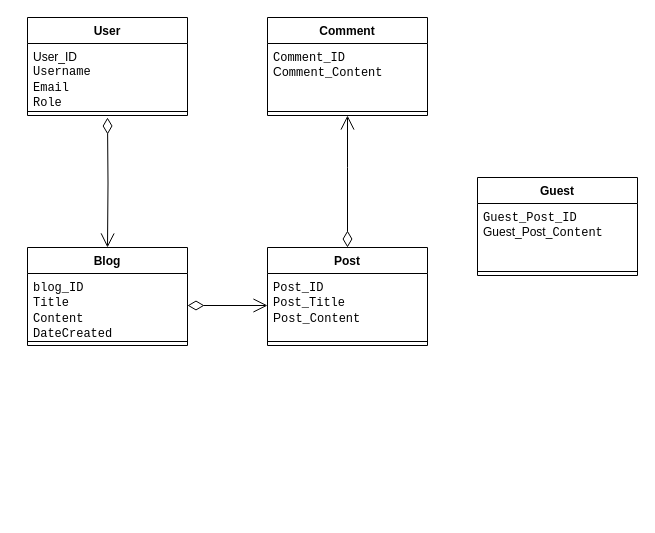
Above: Диаграмма без названия.drawio in aizek04/Cubik (draw.io), before the change. Source tidied: cells renumbered, new cells numbered last; positions are measured from the earlier drawing's top-left corner, leaving out a move shared by most shapes. Both pictures are drawn from the tidied source at 100%, with x=0, y=0 at pixel (27, 17).
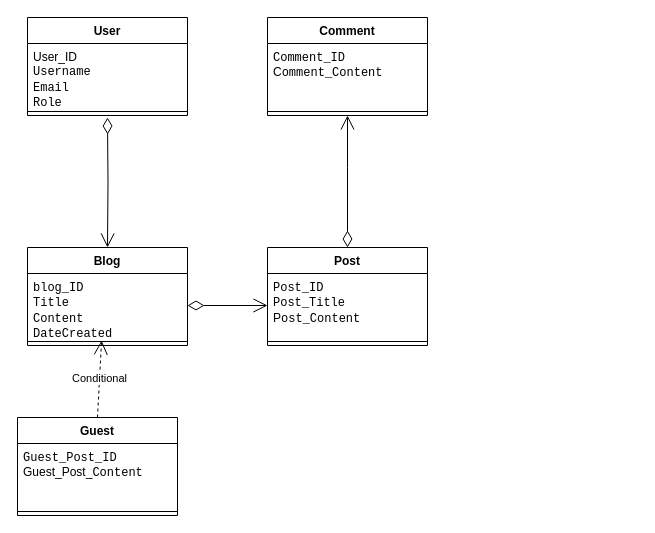
The same page after the edit.

Unchanged cells that the change refers to:
```xml
<mxCell id="7" style="line;strokeWidth=1;fillColor=none;align=left;verticalAlign=middle;spacingTop=-1;spacingLeft=3;spacingRight=3;labelPosition=right;points=[];portConstraint=eastwest;strokeColor=inherit;" parent="5" vertex="1">
  <mxGeometry y="90" width="160" height="8" as="geometry" />
</mxCell>
```

The edit, as a diff of the source:
```diff
@@
     <mxCell id="11" value="Guest" style="swimlane;fontStyle=1;align=center;verticalAlign=top;horizontal=1;startSize=26;whiteSpace=wrap;html=1;" parent="1" vertex="1">
-      <mxGeometry x="450" y="160" width="160" height="98" as="geometry" />
+      <mxGeometry x="-10" y="400" width="160" height="98" as="geometry" />
     </mxCell>
@@
+    <mxCell id="20" value="Conditional" style="endArrow=open;endSize=12;dashed=1;html=1;rounded=0;exitX=0.5;exitY=0;exitDx=0;exitDy=0;entryX=0.463;entryY=0.375;entryDx=0;entryDy=0;entryPerimeter=0;" parent="1" edge="1" source="11" target="7">
+      <mxGeometry relative="1" as="geometry" />
+    </mxCell>
```
